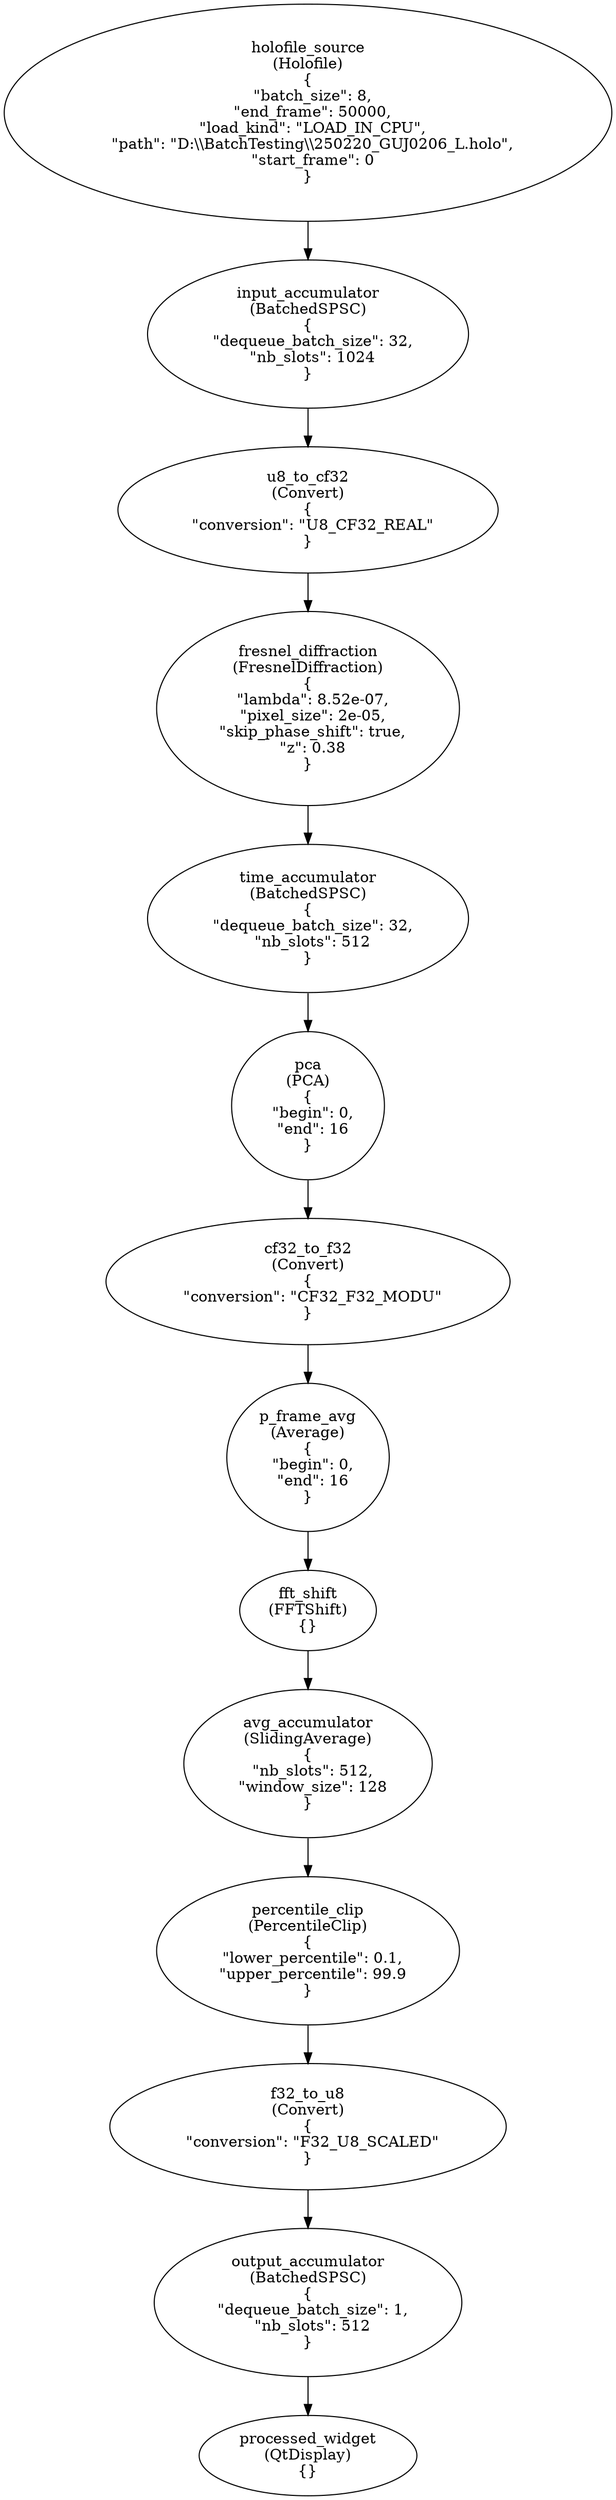
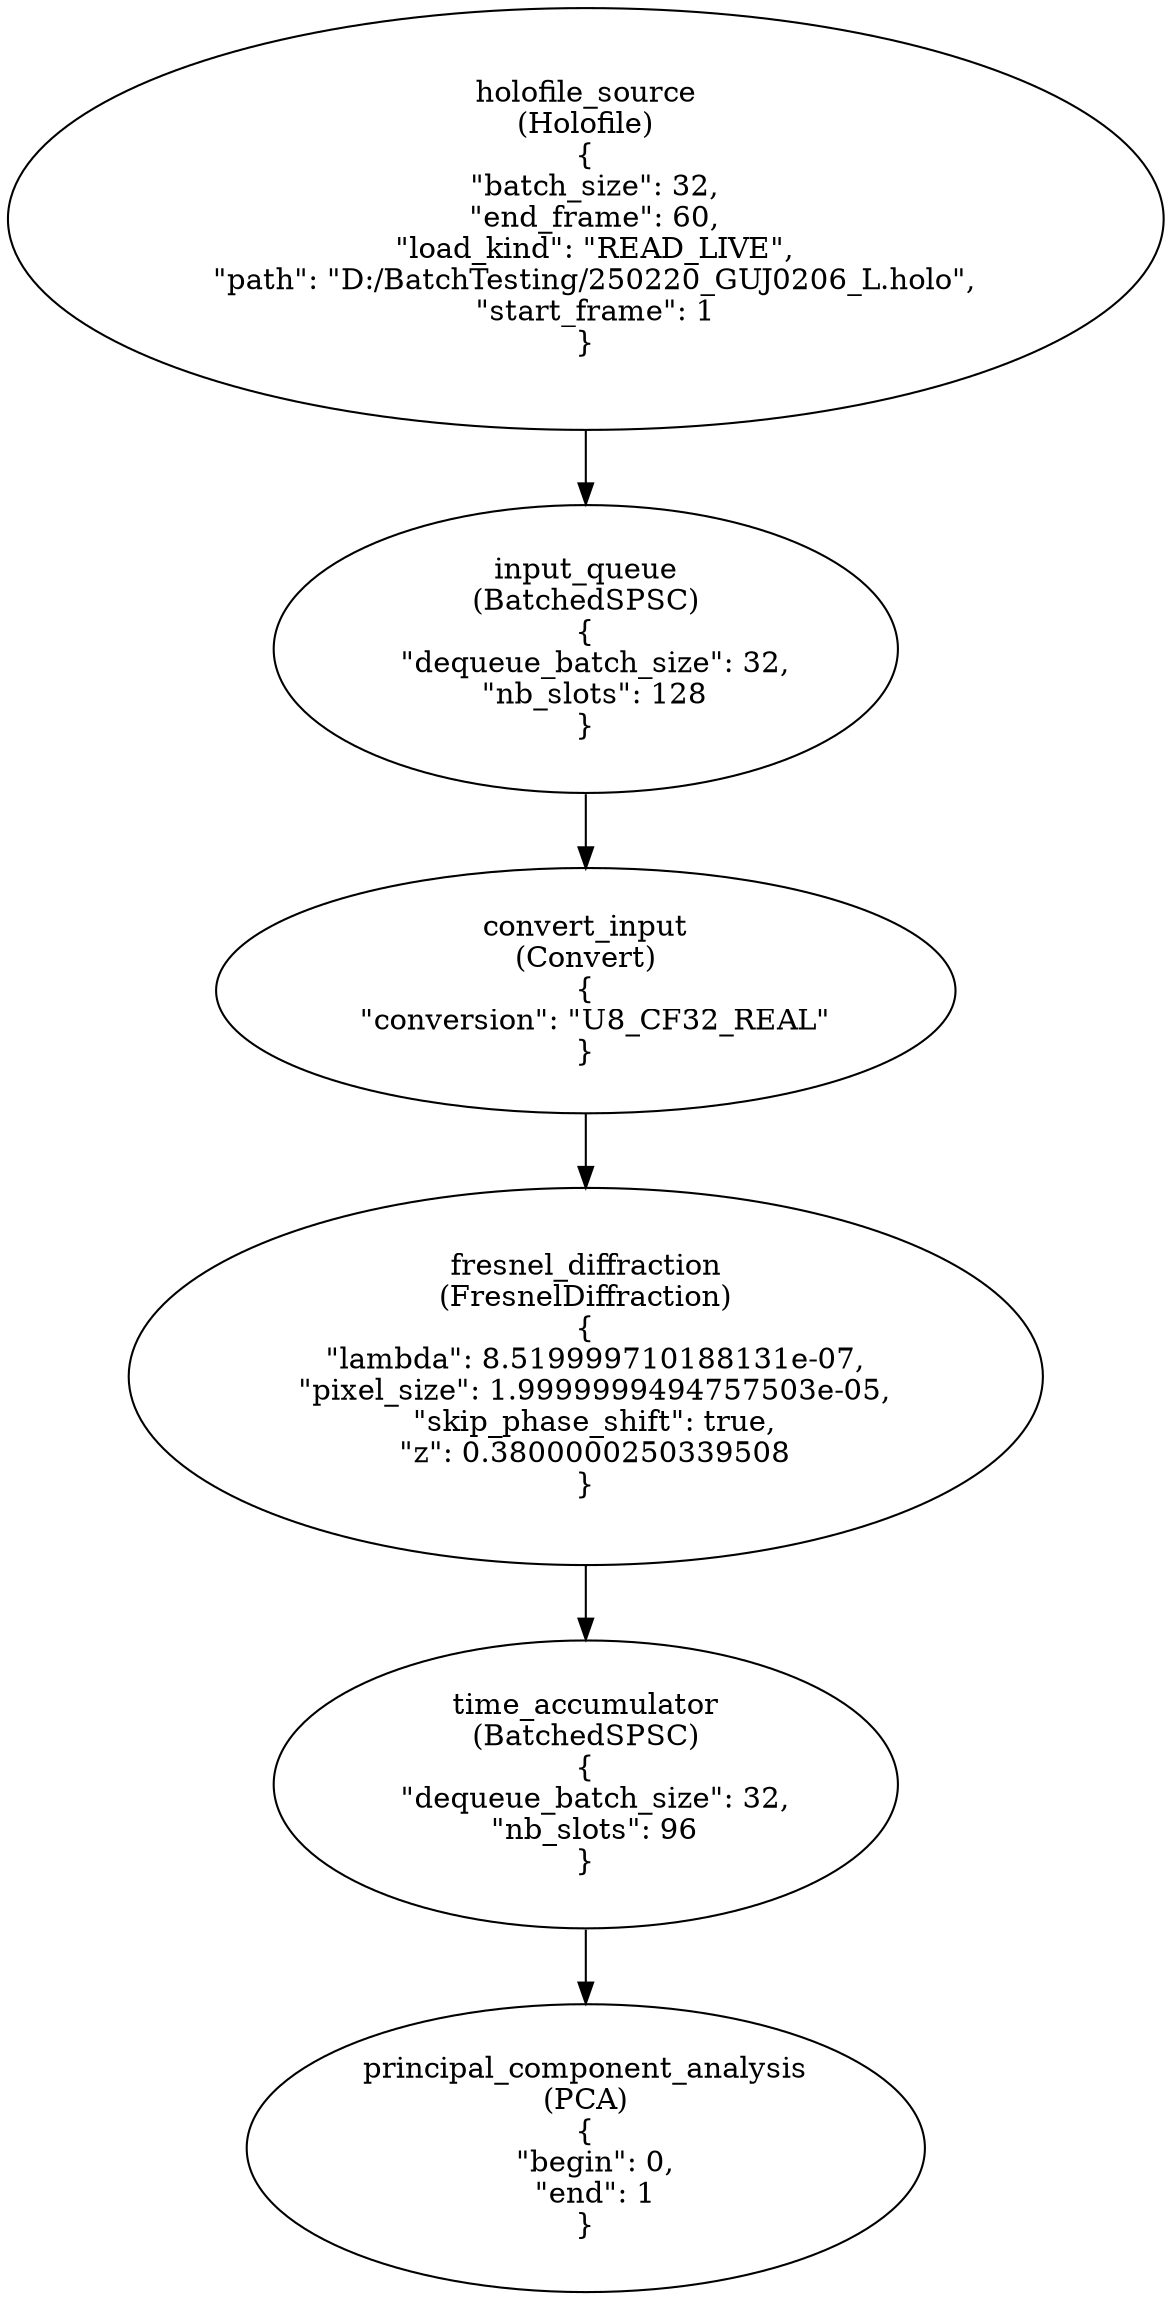
digraph G {
0[label="holofile_source\n(Holofile)\n{
-   \"batch_size\": 8,
-   \"end_frame\": 50000,
-   \"load_kind\": \"LOAD_IN_CPU\",
-   \"path\": \"D:\\\\BatchTesting\\\\250220_GUJ0206_L.holo\",
-   \"start_frame\": 0
+   \"batch_size\": 32,
+   \"end_frame\": 60,
+   \"load_kind\": \"READ_LIVE\",
+   \"path\": \"D:/BatchTesting/250220_GUJ0206_L.holo\",
+   \"start_frame\": 1
}"];
- 1[label="processed_widget\n(QtDisplay)\n{}"];
- 2[label="input_accumulator\n(BatchedSPSC)\n{
+ 1[label="input_queue\n(BatchedSPSC)\n{
  \"dequeue_batch_size\": 32,
-   \"nb_slots\": 1024
+   \"nb_slots\": 128
}"];
- 3[label="time_accumulator\n(BatchedSPSC)\n{
-   \"dequeue_batch_size\": 32,
-   \"nb_slots\": 512
- }"];
- 4[label="output_accumulator\n(BatchedSPSC)\n{
-   \"dequeue_batch_size\": 1,
-   \"nb_slots\": 512
- }"];
- 5[label="avg_accumulator\n(SlidingAverage)\n{
-   \"nb_slots\": 512,
-   \"window_size\": 128
- }"];
- 6[label="u8_to_cf32\n(Convert)\n{
+ 2[label="convert_input\n(Convert)\n{
  \"conversion\": \"U8_CF32_REAL\"
}"];
- 7[label="cf32_to_f32\n(Convert)\n{
-   \"conversion\": \"CF32_F32_MODU\"
+ 3[label="fresnel_diffraction\n(FresnelDiffraction)\n{
+   \"lambda\": 8.519999710188131e-07,
+   \"pixel_size\": 1.9999999494757503e-05,
+   \"skip_phase_shift\": true,
+   \"z\": 0.3800000250339508
}"];
- 8[label="f32_to_u8\n(Convert)\n{
-   \"conversion\": \"F32_U8_SCALED\"
+ 4[label="time_accumulator\n(BatchedSPSC)\n{
+   \"dequeue_batch_size\": 32,
+   \"nb_slots\": 96
}"];
- 9[label="fresnel_diffraction\n(FresnelDiffraction)\n{
-   \"lambda\": 8.52e-07,
-   \"pixel_size\": 2e-05,
-   \"skip_phase_shift\": true,
-   \"z\": 0.38
+ 5[label="principal_component_analysis\n(PCA)\n{
+   \"begin\": 0,
+   \"end\": 1
}"];
- 10[label="pca\n(PCA)\n{
-   \"begin\": 0,
-   \"end\": 16
- }"];
- 11[label="p_frame_avg\n(Average)\n{
-   \"begin\": 0,
-   \"end\": 16
- }"];
- 12[label="percentile_clip\n(PercentileClip)\n{
-   \"lower_percentile\": 0.1,
-   \"upper_percentile\": 99.9
- }"];
- 13[label="fft_shift\n(FFTShift)\n{}"];
- 0->2 ;
- 2->6 ;
- 3->10 ;
- 4->1 ;
- 5->12 ;
- 6->9 ;
- 7->11 ;
- 8->4 ;
- 9->3 ;
- 10->7 ;
- 11->13 ;
- 12->8 ;
- 13->5 ;
+ 0->1 ;
+ 1->2 ;
+ 2->3 ;
+ 3->4 ;
+ 4->5 ;
}
